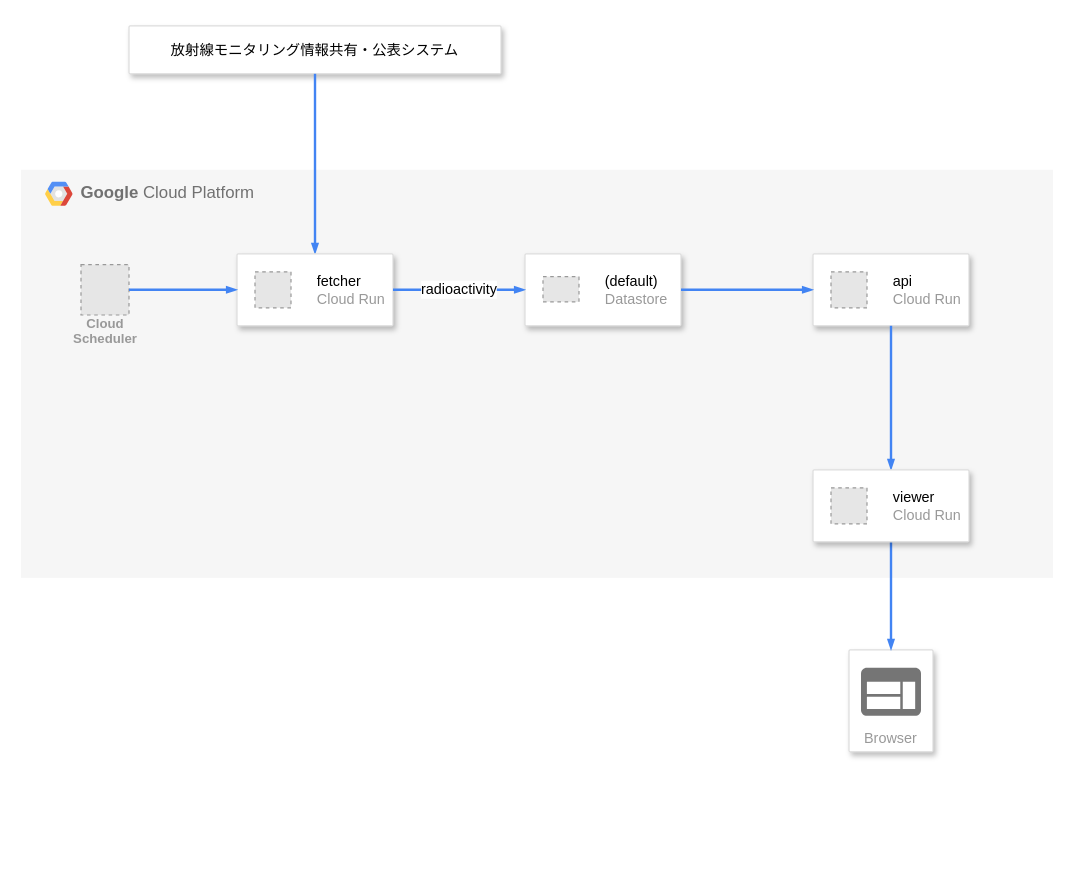
Above: diagram.drawio in seotaro/radioactivity-map (draw.io), before the change. Source tidied: cells renumbered, new cells numbered last; positions are measured from the earlier drawing's top-left corner, leaving out a move shared by most shapes. Both pictures are drawn from the tidied source at 120%, with x=0, y=0 at pixel (20, 25). Pictures stored in the file or linked from it are replaced by grey dashed boxes.
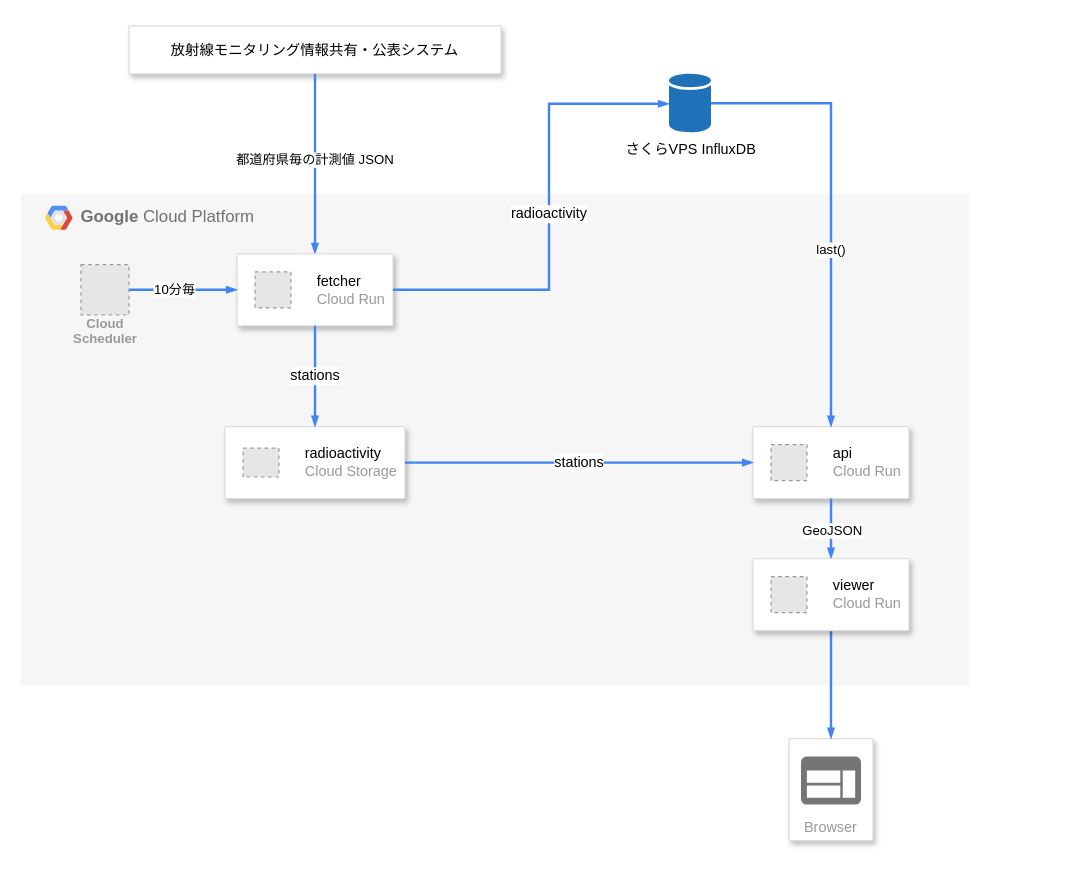
The same page after the edit.

The change refers to these unchanged cells:
```xml
<mxCell id="4" style="edgeStyle=orthogonalEdgeStyle;fontSize=12;html=1;endArrow=none;endFill=0;rounded=0;strokeWidth=2;endSize=4;startSize=4;dashed=0;strokeColor=#4284F3;exitX=0.5;exitY=0;exitDx=0;exitDy=0;startArrow=blockThin;startFill=1;" parent="1" edge="1" source="9" target="3">
  <mxGeometry relative="1" as="geometry" />
</mxCell>
<mxCell id="9" style="strokeColor=#dddddd;shadow=1;strokeWidth=1;rounded=1;absoluteArcSize=1;arcSize=2;" parent="1" vertex="1">
  <mxGeometry x="180" y="190" width="130" height="60" as="geometry" />
</mxCell>
<mxCell id="18" style="edgeStyle=orthogonalEdgeStyle;fontSize=12;html=1;endArrow=blockThin;endFill=1;rounded=0;strokeWidth=2;endSize=4;startSize=4;dashed=0;strokeColor=#4284F3;" parent="1" edge="1" source="17" target="9">
  <mxGeometry relative="1" as="geometry" />
</mxCell>
<mxCell id="19" style="edgeStyle=orthogonalEdgeStyle;fontSize=12;html=1;endArrow=none;endFill=0;rounded=0;strokeWidth=2;endSize=4;startSize=4;dashed=0;strokeColor=#4284F3;startArrow=blockThin;startFill=1;entryX=0.5;entryY=1;entryDx=0;entryDy=0;" parent="1" edge="1" source="20" target="14">
  <mxGeometry relative="1" as="geometry" />
</mxCell>
```

Diff of the diagram source:
```diff
@@
     <mxCell id="2" value="&lt;b&gt;Google &lt;/b&gt;Cloud Platform" style="fillColor=#F6F6F6;strokeColor=none;shadow=0;gradientColor=none;fontSize=14;align=left;spacing=10;fontColor=#717171;9E9E9E;verticalAlign=top;spacingTop=-4;fontStyle=0;spacingLeft=40;html=1;" parent="1" vertex="1">
-      <mxGeometry y="120" width="860" height="340" as="geometry" />
+      <mxGeometry y="140" width="790" height="410" as="geometry" />
     </mxCell>
@@
+    <mxCell id="22" value="都道府県毎の計測値 JSON" style="edgeLabel;html=1;align=center;verticalAlign=middle;" parent="4" vertex="1">
+      <mxGeometry x="0.05" y="1" relative="1" as="geometry" />
+    </mxCell>
     <mxCell id="5" value="Browser" style="strokeColor=#dddddd;shadow=1;strokeWidth=1;rounded=1;absoluteArcSize=1;arcSize=2;labelPosition=center;verticalLabelPosition=middle;align=center;verticalAlign=bottom;spacingLeft=0;fontColor=#999999;fontSize=12;whiteSpace=wrap;spacingBottom=2;" parent="1" vertex="1">
-      <mxGeometry x="690" y="520" width="70" height="85" as="geometry" />
+      <mxGeometry x="640" y="594" width="70" height="85" as="geometry" />
     </mxCell>
@@
     <mxCell id="8" style="shape=mxgraph.gcp2.google_cloud_platform;fillColor=#F6F6F6;strokeColor=none;shadow=0;gradientColor=none;" parent="1" vertex="1">
-      <mxGeometry x="20" y="130" width="23" height="20" as="geometry">
+      <mxGeometry x="20" y="150" width="23" height="20" as="geometry">
         <mxPoint x="20" y="10" as="offset" />
       </mxGeometry>
     </mxCell>
@@
-    <mxCell id="11" style="strokeColor=#dddddd;shadow=1;strokeWidth=1;rounded=1;absoluteArcSize=1;arcSize=2;" parent="1" vertex="1">
-      <mxGeometry x="420" y="190" width="130" height="60" as="geometry" />
-    </mxCell>
-    <mxCell id="12" value="&lt;font color=&quot;#000000&quot;&gt;(default)&lt;/font&gt;&lt;br&gt;Datastore" style="fillColor=#E6E6E6;strokeColor=#999999;dashed=1;html=1;fontColor=#999999;verticalLabelPosition=middle;labelBackgroundColor=#ffffff;verticalAlign=middle;labelPosition=right;align=left;spacingLeft=20;" parent="11" vertex="1">
-      <mxGeometry width="30" height="21" relative="1" as="geometry">
-        <mxPoint x="15" y="19" as="offset" />
-      </mxGeometry>
-    </mxCell>
-    <mxCell id="13" value="radioactivity" style="edgeStyle=orthogonalEdgeStyle;fontSize=12;html=1;endArrow=blockThin;endFill=1;rounded=0;strokeWidth=2;endSize=4;startSize=4;dashed=0;strokeColor=#4284F3;" parent="1" edge="1" source="9" target="11">
-      <mxGeometry relative="1" as="geometry" />
+    <mxCell id="13" value="radioactivity" style="edgeStyle=orthogonalEdgeStyle;fontSize=12;html=1;endArrow=blockThin;endFill=1;rounded=0;strokeWidth=2;endSize=4;startSize=4;dashed=0;strokeColor=#4284F3;" parent="1" edge="1" source="9" target="29">
+      <mxGeometry relative="1" as="geometry">
+        <Array as="points">
+          <mxPoint x="440" y="220" />
+          <mxPoint x="440" y="65" />
+        </Array>
+      </mxGeometry>
     </mxCell>
     <mxCell id="14" style="strokeColor=#dddddd;shadow=1;strokeWidth=1;rounded=1;absoluteArcSize=1;arcSize=2;" parent="1" vertex="1">
-      <mxGeometry x="660" y="190" width="130" height="60" as="geometry" />
+      <mxGeometry x="610" y="334" width="130" height="60" as="geometry" />
     </mxCell>
@@
-    <mxCell id="16" style="edgeStyle=orthogonalEdgeStyle;fontSize=12;html=1;endArrow=blockThin;endFill=1;rounded=0;strokeWidth=2;endSize=4;startSize=4;dashed=0;strokeColor=#4284F3;" parent="1" edge="1" source="11" target="14">
+    <mxCell id="16" style="edgeStyle=orthogonalEdgeStyle;fontSize=12;html=1;endArrow=blockThin;endFill=1;rounded=0;strokeWidth=2;endSize=4;startSize=4;dashed=0;strokeColor=#4284F3;" parent="1" edge="1" source="29" target="14">
       <mxGeometry relative="1" as="geometry" />
     </mxCell>
+    <mxCell id="23" value="last()" style="edgeLabel;html=1;align=center;verticalAlign=middle;" parent="16" vertex="1">
+      <mxGeometry x="0.2" y="-1" relative="1" as="geometry" />
+    </mxCell>
@@
+    <mxCell id="24" value="10分毎" style="edgeLabel;html=1;align=center;verticalAlign=middle;" parent="18" vertex="1">
+      <mxGeometry x="-0.18" y="1" relative="1" as="geometry" />
+    </mxCell>
@@
+    <mxCell id="25" value="GeoJSON" style="edgeLabel;html=1;align=center;verticalAlign=middle;" parent="19" vertex="1">
+      <mxGeometry x="-0.04" relative="1" as="geometry" />
+    </mxCell>
     <mxCell id="20" style="strokeColor=#dddddd;shadow=1;strokeWidth=1;rounded=1;absoluteArcSize=1;arcSize=2;" parent="1" vertex="1">
-      <mxGeometry x="660" y="370" width="130" height="60" as="geometry" />
+      <mxGeometry x="610" y="444" width="130" height="60" as="geometry" />
     </mxCell>
@@
+    <mxCell id="26" style="strokeColor=#dddddd;shadow=1;strokeWidth=1;rounded=1;absoluteArcSize=1;arcSize=2;" parent="1" vertex="1">
+      <mxGeometry x="170" y="334" width="150" height="60" as="geometry" />
+    </mxCell>
+    <mxCell id="27" value="&lt;font color=&quot;#000000&quot;&gt;radioactivity&lt;/font&gt;&lt;br&gt;Cloud Storage" style="fillColor=#E6E6E6;strokeColor=#999999;dashed=1;html=1;fontColor=#999999;verticalLabelPosition=middle;labelBackgroundColor=#ffffff;verticalAlign=middle;labelPosition=right;align=left;spacingLeft=20;" parent="26" vertex="1">
+      <mxGeometry width="30" height="24" relative="1" as="geometry">
+        <mxPoint x="15" y="18" as="offset" />
+      </mxGeometry>
+    </mxCell>
+    <mxCell id="28" value="stations" style="edgeStyle=orthogonalEdgeStyle;fontSize=12;html=1;endArrow=blockThin;endFill=1;rounded=0;strokeWidth=2;endSize=4;startSize=4;dashed=0;strokeColor=#4284F3;" parent="1" edge="1" source="9" target="26">
+      <mxGeometry relative="1" as="geometry" />
+    </mxCell>
+    <mxCell id="29" value="さくらVPS InfluxDB" style="sketch=0;shadow=0;dashed=0;html=1;strokeColor=none;labelPosition=center;verticalLabelPosition=bottom;verticalAlign=top;outlineConnect=0;align=center;shape=mxgraph.office.databases.database;fillColor=#2072B8;" parent="1" vertex="1">
+      <mxGeometry x="540" y="40" width="35" height="49" as="geometry" />
+    </mxCell>
+    <mxCell id="30" value="stations" style="edgeStyle=orthogonalEdgeStyle;fontSize=12;html=1;endArrow=blockThin;endFill=1;rounded=0;strokeWidth=2;endSize=4;startSize=4;dashed=0;strokeColor=#4284F3;" parent="1" edge="1" source="26" target="14">
+      <mxGeometry relative="1" as="geometry">
+        <Array as="points">
+          <mxPoint x="560" y="364" />
+          <mxPoint x="560" y="364" />
+        </Array>
+      </mxGeometry>
+    </mxCell>
```
